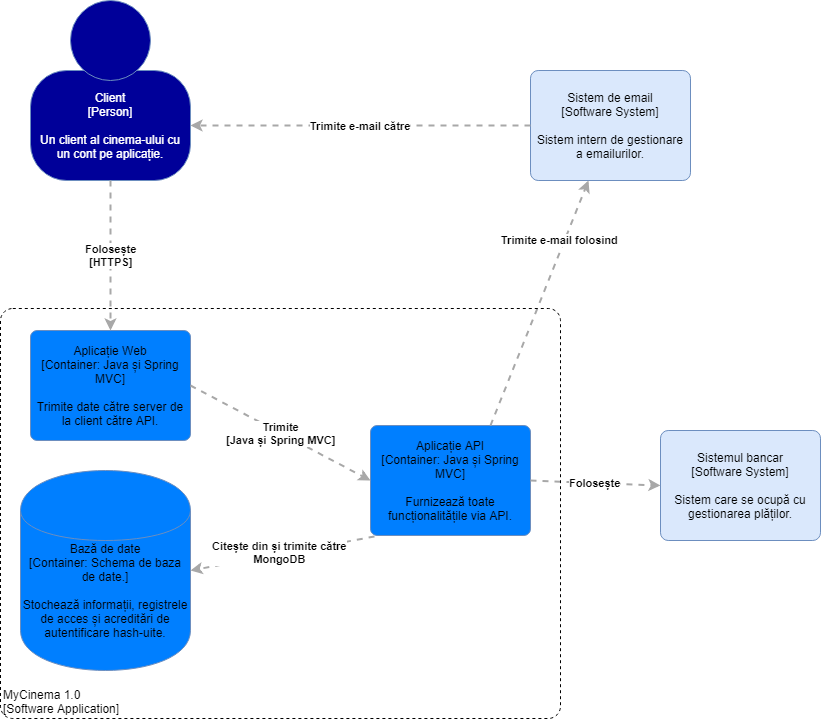
This is Diagrame/Diagrama_C4_Nivel_2.png from FilosGabriel/MyCinema, a draw.io export, as it was before one commit. Source tidied: cells renumbered, new cells last; positions are measured from the earlier drawing's top-left corner, leaving out a move shared by most shapes.
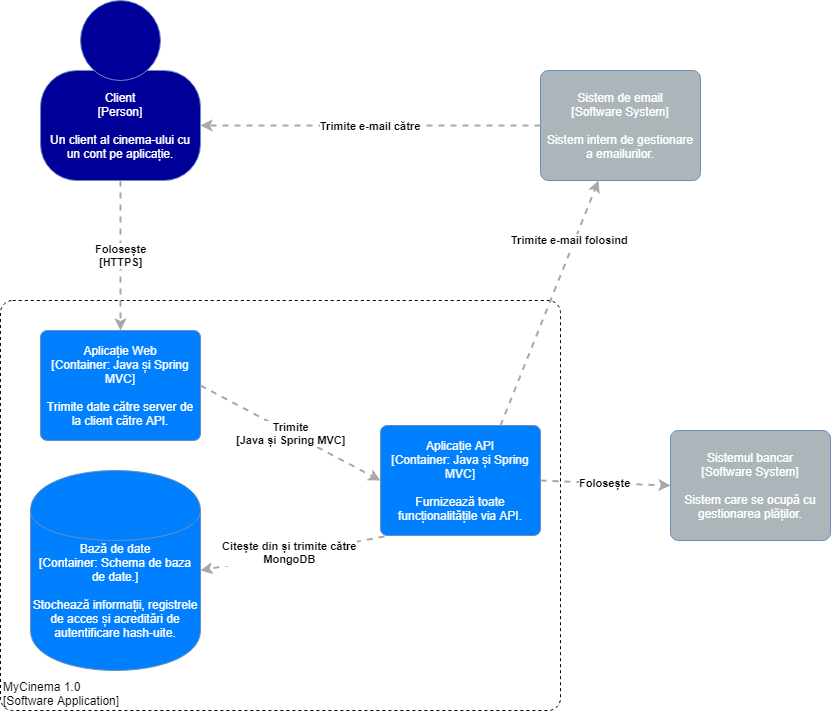
Above is the later version.

Change to the diagram source:
```diff
@@ -13,30 +13,30 @@
     <mxCell id="4" style="ellipse;whiteSpace=wrap;html=1;rounded=0;labelBackgroundColor=none;fillColor=#000099;fontSize=12;fontColor=#000000;align=center;strokeColor=#6c8ebf;" parent="2" vertex="1">
       <mxGeometry x="40" width="80" height="80" as="geometry" />
     </mxCell>
-    <object id="5" label="Sistem de email&lt;div&gt;[Software System]&lt;/div&gt;&lt;div&gt;&lt;br&gt;&lt;/div&gt;&lt;div&gt;Sistem intern de gestionare a emailurilor." c4Description="Sistem intern de gestionare a emailurilor." c4Name="Sistem de email" c4Type="SoftwareSystem" placeholders="1">
-      <mxCell style="rounded=1;whiteSpace=wrap;html=1;labelBackgroundColor=none;fillColor=#dae8fc;fontColor=#000000;align=center;arcSize=7;strokeColor=#6c8ebf;" parent="1" vertex="1">
+    <object id="5" label="&lt;font color=&quot;#ffffff&quot;&gt;Sistem de email&lt;/font&gt;&lt;div&gt;&lt;font color=&quot;#ffffff&quot;&gt;[Software System]&lt;/font&gt;&lt;/div&gt;&lt;div&gt;&lt;font color=&quot;#ffffff&quot;&gt;&lt;br&gt;&lt;/font&gt;&lt;/div&gt;&lt;div&gt;&lt;font color=&quot;#ffffff&quot;&gt;Sistem intern de gestionare a emailurilor.&lt;/font&gt;&lt;/div&gt;" c4Description="Sistem intern de gestionare a emailurilor." c4Name="Sistem de email" c4Type="SoftwareSystem" placeholders="1">
+      <mxCell style="rounded=1;whiteSpace=wrap;html=1;labelBackgroundColor=none;fillColor=#ABB5BA;fontColor=#000000;align=center;arcSize=7;strokeColor=#6c8ebf;" parent="1" vertex="1">
         <mxGeometry x="530" y="70" width="160" height="110" as="geometry" />
       </mxCell>
     </object>
     <mxCell id="6" value="&lt;div style=&quot;text-align: left&quot;&gt;&lt;div style=&quot;text-align: center&quot;&gt;&lt;b&gt;Trimite e-mail către&lt;/b&gt;&lt;/div&gt;&lt;/div&gt;" style="edgeStyle=none;rounded=0;html=1;entryX=1;entryY=0.5;jettySize=auto;strokeColor=#A8A8A8;strokeWidth=2;fontColor=#000000;jumpStyle=none;dashed=1;entryDx=0;entryDy=0;exitX=0;exitY=0.5;exitDx=0;exitDy=0;" parent="1" edge="1" source="5" target="3">
       <mxGeometry relative="1" as="geometry" />
     </mxCell>
-    <object id="7" label="Sistemul bancar&lt;div&gt;[Software System]&lt;/div&gt;&lt;div&gt;&lt;br&gt;&lt;/div&gt;&lt;div&gt;Sistem care se ocupă cu gestionarea plăților." c4Description="Sistem care se ocupă cu gestionarea plăților." c4Name="Sistemul bancar" c4Type="SoftwareSystem" placeholders="1">
-      <mxCell style="rounded=1;whiteSpace=wrap;html=1;labelBackgroundColor=none;fillColor=#dae8fc;fontColor=#000000;align=center;arcSize=7;strokeColor=#6c8ebf;" parent="1" vertex="1">
+    <object id="7" label="&lt;font color=&quot;#ffffff&quot;&gt;Sistemul bancar&lt;/font&gt;&lt;div&gt;&lt;font color=&quot;#ffffff&quot;&gt;[Software System]&lt;/font&gt;&lt;/div&gt;&lt;div&gt;&lt;font color=&quot;#ffffff&quot;&gt;&lt;br&gt;&lt;/font&gt;&lt;/div&gt;&lt;div&gt;&lt;font color=&quot;#ffffff&quot;&gt;Sistem care se ocupă cu gestionarea plăților.&lt;/font&gt;&lt;/div&gt;" c4Description="Sistem care se ocupă cu gestionarea plăților." c4Name="Sistemul bancar" c4Type="SoftwareSystem" placeholders="1">
+      <mxCell style="rounded=1;whiteSpace=wrap;html=1;labelBackgroundColor=none;fillColor=#ABB5BA;fontColor=#000000;align=center;arcSize=7;strokeColor=#6c8ebf;" parent="1" vertex="1">
         <mxGeometry x="660" y="430" width="160" height="110" as="geometry" />
       </mxCell>
     </object>
-    <object id="8" label="&lt;span&gt;Aplicație Web&lt;/span&gt;&lt;div&gt;[Container:&amp;nbsp;&lt;span&gt;Java și Spring MVC&lt;/span&gt;&lt;span&gt;]&lt;/span&gt;&lt;/div&gt;&lt;div&gt;&lt;br&gt;&lt;/div&gt;&lt;div&gt;Trimite date către server de la client către API.&lt;/div&gt;" c4Description="Trimite date catre server de la client catre API." c4Name="Aplicație Web" c4Technology="Java și Spring MVC" c4Type="Container" placeholders="1">
+    <object id="8" label="&lt;span&gt;&lt;font color=&quot;#ffffff&quot;&gt;Aplicație Web&lt;/font&gt;&lt;/span&gt;&lt;div&gt;&lt;font color=&quot;#ffffff&quot;&gt;[Container:&amp;nbsp;&lt;span&gt;Java și Spring MVC&lt;/span&gt;&lt;span&gt;]&lt;/span&gt;&lt;/font&gt;&lt;/div&gt;&lt;div&gt;&lt;font color=&quot;#ffffff&quot;&gt;&lt;br&gt;&lt;/font&gt;&lt;/div&gt;&lt;div&gt;&lt;font color=&quot;#ffffff&quot;&gt;Trimite date către server de la client către API.&lt;/font&gt;&lt;/div&gt;" c4Description="Trimite date catre server de la client catre API." c4Name="Aplicație Web" c4Technology="Java și Spring MVC" c4Type="Container" placeholders="1">
       <mxCell style="rounded=1;whiteSpace=wrap;html=1;labelBackgroundColor=none;fillColor=#007FFF;fontColor=#000000;align=center;arcSize=6;strokeColor=#6c8ebf;" parent="1" vertex="1">
         <mxGeometry x="30" y="330" width="160" height="110" as="geometry" />
       </mxCell>
     </object>
-    <object id="9" label="&lt;span&gt;Aplicație API&lt;/span&gt;&lt;div&gt;[Container:&amp;nbsp;&lt;span&gt;Java și Spring MVC&lt;/span&gt;&lt;span&gt;]&lt;/span&gt;&lt;/div&gt;&lt;div&gt;&lt;br&gt;&lt;/div&gt;&lt;div&gt;Furnizează toate funcționalitățile via API.&lt;/div&gt;" c4Description="Furnizeaza toate functionalitatile via API." c4Name="Aplicatie API" c4Technology="Java si Spring MVC" c4Type="Container" placeholders="1">
+    <object id="9" label="&lt;span&gt;&lt;font color=&quot;#fcfcfc&quot;&gt;Aplicație API&lt;/font&gt;&lt;/span&gt;&lt;div&gt;&lt;font color=&quot;#fcfcfc&quot;&gt;[Container:&amp;nbsp;&lt;span&gt;Java și Spring MVC&lt;/span&gt;&lt;span&gt;]&lt;/span&gt;&lt;/font&gt;&lt;/div&gt;&lt;div&gt;&lt;font color=&quot;#fcfcfc&quot;&gt;&lt;br&gt;&lt;/font&gt;&lt;/div&gt;&lt;div&gt;&lt;font color=&quot;#fcfcfc&quot;&gt;Furnizează toate funcționalitățile via API.&lt;/font&gt;&lt;/div&gt;" c4Description="Furnizeaza toate functionalitatile via API." c4Name="Aplicatie API" c4Technology="Java si Spring MVC" c4Type="Container" placeholders="1">
       <mxCell style="rounded=1;whiteSpace=wrap;html=1;labelBackgroundColor=none;fillColor=#007FFF;fontColor=#000000;align=center;arcSize=6;strokeColor=#6c8ebf;" parent="1" vertex="1">
         <mxGeometry x="370" y="425" width="160" height="110" as="geometry" />
       </mxCell>
     </object>
-    <object id="10" label="Bază de date&lt;br&gt;&lt;div&gt;[Container:&amp;nbsp;Schema de baza de date&lt;span&gt;.]&lt;/span&gt;&lt;/div&gt;&lt;div&gt;&lt;br&gt;&lt;/div&gt;&lt;div&gt;Stochează informații, registrele de acces și acreditări de autentificare hash-uite.&lt;/div&gt;" c4Description="Stochează informații, registrele de acces și acreditări de autentificare hash-uite." c4Technology="Schema de baza de date relationala." c4Type="Database" placeholders="1">
+    <object id="10" label="&lt;font color=&quot;#ffffff&quot;&gt;Bază de date&lt;br&gt;&lt;/font&gt;&lt;div&gt;&lt;font color=&quot;#ffffff&quot;&gt;[Container:&amp;nbsp;Schema de baza de date&lt;span&gt;.]&lt;/span&gt;&lt;/font&gt;&lt;/div&gt;&lt;div&gt;&lt;font color=&quot;#ffffff&quot;&gt;&lt;br&gt;&lt;/font&gt;&lt;/div&gt;&lt;div&gt;&lt;font color=&quot;#ffffff&quot;&gt;Stochează informații, registrele de acces și acreditări de autentificare hash-uite.&lt;/font&gt;&lt;/div&gt;" c4Description="Stochează informații, registrele de acces și acreditări de autentificare hash-uite." c4Technology="Schema de baza de date relationala." c4Type="Database" placeholders="1">
       <mxCell style="shape=cylinder;whiteSpace=wrap;html=1;boundedLbl=1;rounded=0;labelBackgroundColor=none;fillColor=#007FFF;fontSize=12;fontColor=#000000;align=center;strokeColor=#6c8ebf;" parent="1" vertex="1">
         <mxGeometry x="20" y="470" width="170" height="200" as="geometry" />
       </mxCell>
@@ -58,7 +58,7 @@
     </mxCell>
     <object id="16" label="&lt;div style=&quot;text-align: left&quot;&gt;MyCinema 1.0&lt;/div&gt;&lt;div style=&quot;text-align: left&quot;&gt;[Software Application]&lt;/div&gt;" c4Application="MyCinema 1.0" c4Name="[Software Application]" c4Type="ExecutionEnvironment" placeholders="1">
       <mxCell style="rounded=1;whiteSpace=wrap;html=1;labelBackgroundColor=none;fillColor=none;fontColor=#000000;align=left;arcSize=3;strokeColor=#000000;verticalAlign=bottom;dashed=1;" parent="1" vertex="1">
-        <mxGeometry y="308" width="560" height="410" as="geometry" />
+        <mxGeometry x="-10" y="300" width="560" height="410" as="geometry" />
       </mxCell>
     </object>
   </root>
```
